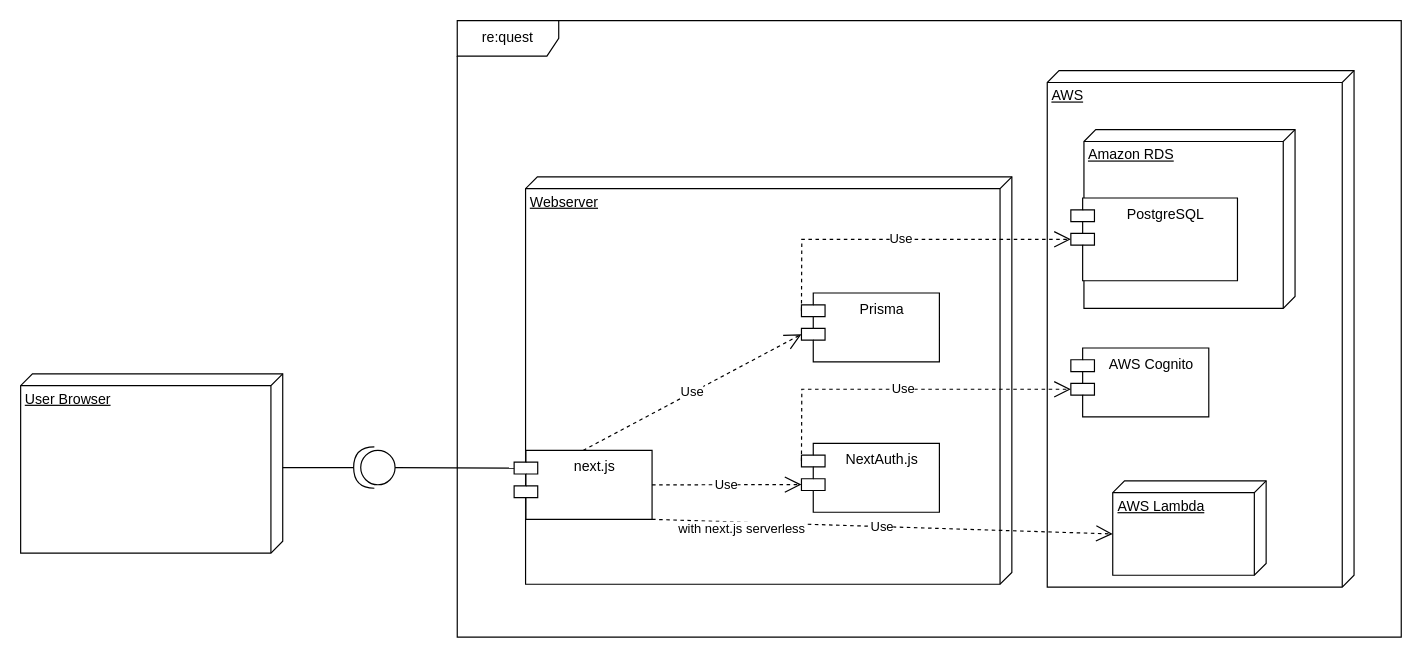
The draw.io diagram first-uml-sketches/Mi2-3/deployment-uml.drawio.xml in re-quest-team/request, before the edit. Source tidied: cells renumbered, new cells numbered last; positions are measured from the earlier drawing's top-left corner, leaving out a move shared by most shapes. Both pictures are drawn from the tidied source at 118%, with x=0, y=0 at pixel (20, 20).
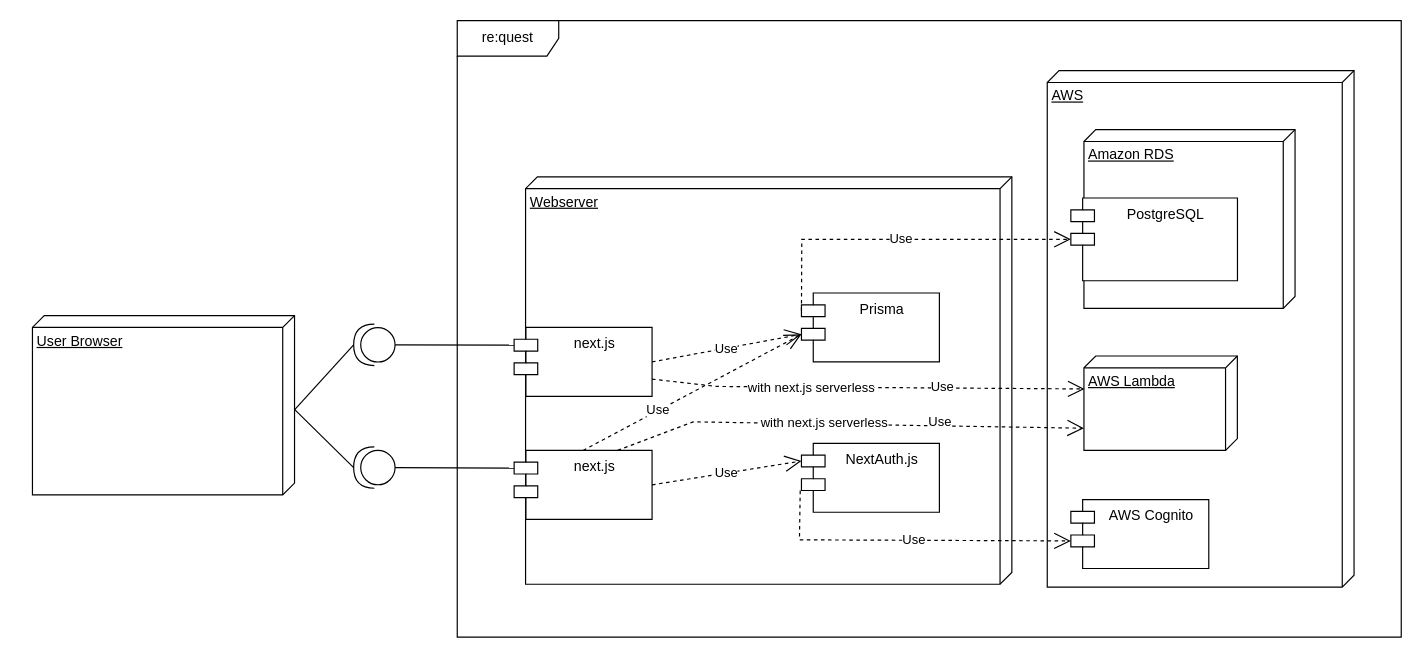
Above is the later version.

Unchanged cells that the change refers to:
```xml
<mxCell id="5" value="next.js" style="shape=module;align=left;spacingLeft=20;align=center;verticalAlign=top;" parent="1" vertex="1">
  <mxGeometry x="418.2" y="364.2" width="116.9" height="58.4" as="geometry" />
</mxCell>
<mxCell id="10" value="NextAuth.js" style="shape=module;align=left;spacingLeft=20;align=center;verticalAlign=top;" parent="1" vertex="1">
  <mxGeometry x="661.7" y="358.2" width="116.9" height="58.4" as="geometry" />
</mxCell>
<mxCell id="15" value="Prisma" style="shape=module;align=left;spacingLeft=20;align=center;verticalAlign=top;" parent="1" vertex="1">
  <mxGeometry x="661.7" y="230.8" width="116.9" height="58.4" as="geometry" />
</mxCell>
```

What changed in the source:
```diff
@@
     <mxCell id="6" value="User&amp;nbsp;Browser" style="verticalAlign=top;align=left;spacingTop=8;spacingLeft=2;spacingRight=12;shape=cube;size=10;direction=south;fontStyle=4;html=1;" parent="1" vertex="1">
-      <mxGeometry y="299.3" width="222.1" height="151.9" as="geometry" />
+      <mxGeometry x="10" y="250" width="222.1" height="151.9" as="geometry" />
     </mxCell>
@@
     <mxCell id="11" value="AWS Cognito" style="shape=module;align=left;spacingLeft=20;align=center;verticalAlign=top;" parent="1" vertex="1">
-      <mxGeometry x="890" y="277.4" width="116.9" height="58.4" as="geometry" />
+      <mxGeometry x="890" y="405.9" width="116.9" height="58.4" as="geometry" />
     </mxCell>
-    <mxCell id="12" value="Use" style="endArrow=open;endSize=12;dashed=1;html=1;rounded=0;exitX=1;exitY=0.5;exitDx=0;exitDy=0;entryX=0;entryY=0;entryDx=0;entryDy=35;entryPerimeter=0;" parent="1" edge="1" source="5" target="10">
+    <mxCell id="12" value="Use" style="endArrow=open;endSize=12;dashed=1;html=1;rounded=0;exitX=1;exitY=0.5;exitDx=0;exitDy=0;entryX=0;entryY=0;entryDx=0;entryDy=15;entryPerimeter=0;" parent="1" edge="1" source="5" target="10">
       <mxGeometry relative="1" as="geometry" />
     </mxCell>
-    <mxCell id="13" value="Use" style="endArrow=open;endSize=12;dashed=1;html=1;rounded=0;exitX=0;exitY=0;exitDx=0;exitDy=15;exitPerimeter=0;entryX=0;entryY=0;entryDx=0;entryDy=35;entryPerimeter=0;" parent="1" edge="1" source="10" target="11">
+    <mxCell id="13" value="Use" style="endArrow=open;endSize=12;dashed=1;html=1;rounded=0;entryX=0;entryY=0;entryDx=0;entryDy=35;entryPerimeter=0;exitX=-0.009;exitY=0.686;exitDx=0;exitDy=0;exitPerimeter=0;" parent="1" edge="1" source="10" target="11">
       <mxGeometry x="0.02" relative="1" as="geometry">
         <Array as="points">
-          <mxPoint x="662" y="312.4" />
+          <mxPoint x="660" y="440" />
         </Array>
       </mxGeometry>
     </mxCell>
@@
     <mxCell id="16" value="Use" style="endArrow=open;endSize=12;dashed=1;html=1;rounded=0;exitX=0.5;exitY=0;exitDx=0;exitDy=0;entryX=0;entryY=0;entryDx=0;entryDy=35;entryPerimeter=0;" parent="1" edge="1" source="5" target="15">
-      <mxGeometry relative="1" as="geometry" />
+      <mxGeometry x="-0.31" relative="1" as="geometry" />
     </mxCell>
@@
     <mxCell id="19" value="AWS Lambda" style="verticalAlign=top;align=left;spacingTop=8;spacingLeft=2;spacingRight=12;shape=cube;size=10;direction=south;fontStyle=4;html=1;" parent="1" vertex="1">
-      <mxGeometry x="925.5" y="390" width="130" height="80" as="geometry" />
+      <mxGeometry x="901.1" y="284.2" width="130" height="80" as="geometry" />
     </mxCell>
-    <mxCell id="20" value="Use" style="endArrow=open;endSize=12;dashed=1;html=1;rounded=0;entryX=0;entryY=0;entryDx=45;entryDy=130;entryPerimeter=0;exitX=1;exitY=1;exitDx=0;exitDy=0;" parent="1" edge="1" source="5" target="19">
-      <mxGeometry relative="1" as="geometry" />
+    <mxCell id="20" value="Use" style="endArrow=open;endSize=12;dashed=1;html=1;rounded=0;exitX=0.75;exitY=0;exitDx=0;exitDy=0;entryX=0.765;entryY=1;entryDx=0;entryDy=0;entryPerimeter=0;" parent="1" edge="1" source="5" target="19">
+      <mxGeometry x="0.39" y="3" relative="1" as="geometry">
+        <Array as="points">
+          <mxPoint x="570" y="340" />
+        </Array>
+      </mxGeometry>
     </mxCell>
     <mxCell id="21" value="with next.js serverless" style="edgeLabel;html=1;align=center;verticalAlign=middle;" parent="20" vertex="1">
       <mxGeometry x="-0.54" relative="1" as="geometry">
-        <mxPoint x="-15" y="5" as="offset" />
+        <mxPoint x="87" as="offset" />
       </mxGeometry>
     </mxCell>
+    <mxCell id="22" value="next.js" style="shape=module;align=left;spacingLeft=20;align=center;verticalAlign=top;" parent="1" vertex="1">
+      <mxGeometry x="418.2" y="260" width="116.9" height="58.4" as="geometry" />
+    </mxCell>
+    <mxCell id="23" style="shape=providedRequiredInterface;html=1;verticalLabelPosition=bottom;sketch=0;rotation=-180;" parent="1" vertex="1">
+      <mxGeometry x="282.2" y="257.2" width="35.1" height="35.1" as="geometry" />
+    </mxCell>
+    <mxCell id="24" style="endArrow=none;html=1;rounded=0;entryX=0;entryY=0;entryDx=0;entryDy=15;entryPerimeter=0;exitX=0;exitY=0.5;exitDx=0;exitDy=0;exitPerimeter=0;" parent="1" edge="1" source="23" target="22">
+      <mxGeometry relative="1" as="geometry" />
+    </mxCell>
+    <mxCell id="25" style="endArrow=none;html=1;rounded=0;entryX=1;entryY=0.5;entryDx=0;entryDy=0;entryPerimeter=0;exitX=0.527;exitY=0.001;exitDx=0;exitDy=0;exitPerimeter=0;" parent="1" edge="1" source="6" target="23">
+      <mxGeometry relative="1" as="geometry" />
+    </mxCell>
+    <mxCell id="26" value="Use" style="endArrow=open;endSize=12;dashed=1;html=1;rounded=0;exitX=1;exitY=0.5;exitDx=0;exitDy=0;entryX=0;entryY=0;entryDx=0;entryDy=35;entryPerimeter=0;" parent="1" edge="1" source="22" target="15">
+      <mxGeometry relative="1" as="geometry" />
+    </mxCell>
+    <mxCell id="27" value="Use" style="endArrow=open;endSize=12;dashed=1;html=1;rounded=0;entryX=0.349;entryY=0.996;entryDx=0;entryDy=0;entryPerimeter=0;exitX=1;exitY=0.75;exitDx=0;exitDy=0;" parent="1" edge="1" source="22" target="19">
+      <mxGeometry x="0.34" y="1" relative="1" as="geometry">
+        <Array as="points">
+          <mxPoint x="590" y="310" />
+        </Array>
+      </mxGeometry>
+    </mxCell>
+    <mxCell id="28" value="with next.js serverless" style="edgeLabel;html=1;align=center;verticalAlign=middle;" parent="27" vertex="1">
+      <mxGeometry x="-0.54" relative="1" as="geometry">
+        <mxPoint x="51" as="offset" />
+      </mxGeometry>
+    </mxCell>
```
